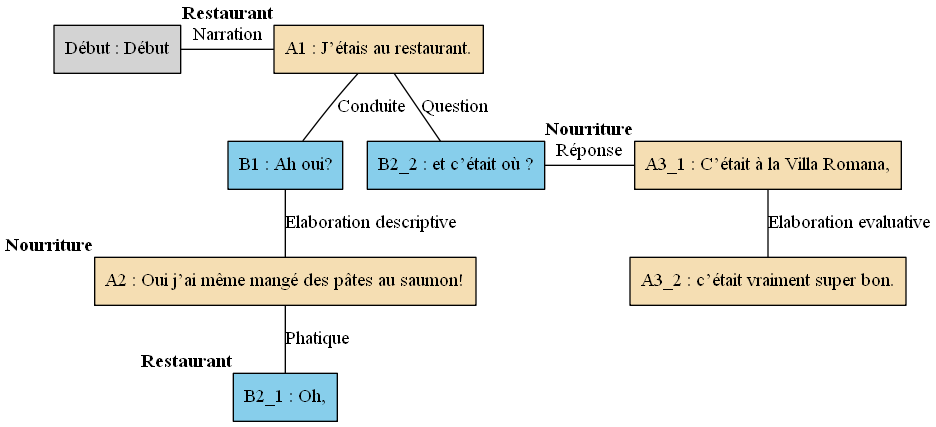
Above: arbres/Bac_a_sable/Bac_a_sable_-_A08.gv.png in AlaixComet/AnnotationSlamPTut (Graphviz), before the change. Its source is kept beside it as arbres/Bac_a_sable/Bac_a_sable_-_A08.gv.
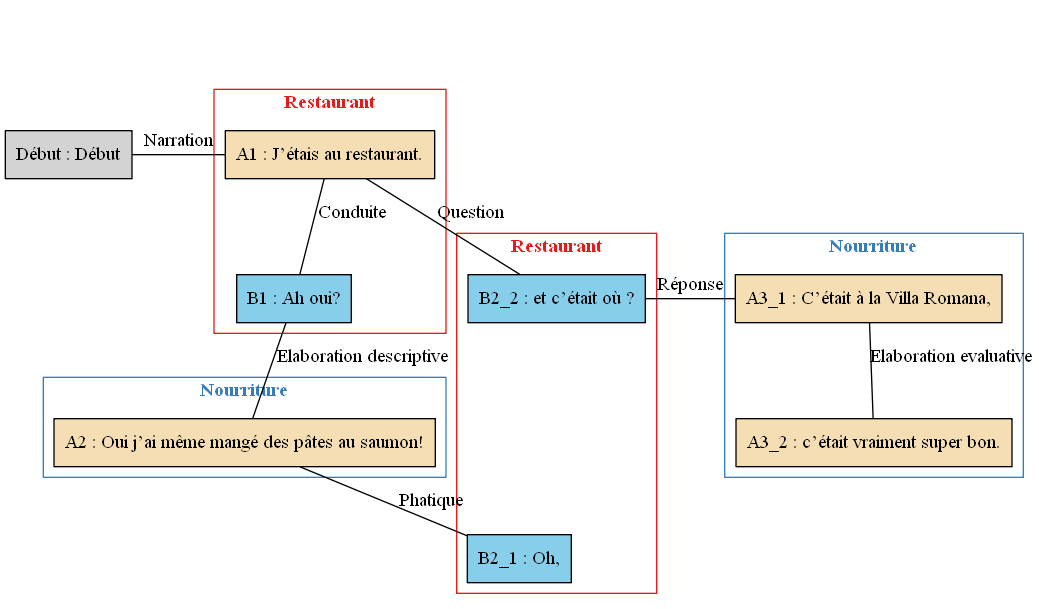
Above is the later version.

Change to the diagram source:
```diff
@@ -1,28 +1,54 @@
 digraph A08 {
 	node [shape=box style=filled]
-	"Début" [label="Début : Début" xlabel=""]
-	A1 [label="A1 : J’étais au restaurant." fillcolor=wheat xlabel=<<B>Restaurant</B>>]
-	B1 [label="B1 : Ah oui?" fillcolor=skyblue xlabel=""]
-	A2 [label="A2 : Oui j’ai même mangé des pâtes au saumon!" fillcolor=wheat xlabel=<<B>Nourriture</B>>]
-	B2_1 [label="B2_1 : Oh," fillcolor=skyblue xlabel=<<B>Restaurant</B>>]
-	B2_2 [label="B2_2 : et c’était où ?" fillcolor=skyblue xlabel=""]
-	A3_1 [label="A3_1 : C’était à la Villa Romana," fillcolor=wheat xlabel=<<B>Nourriture</B>>]
-	A3_2 [label="A3_2 : c’était vraiment super bon." fillcolor=wheat xlabel=""]
-	{
-		rank=same
-		"Début"
+	newrank=true
+	zero [style=invis]
+	"Début" [label="Début : Début"]
+	A1 [label="A1 : J’étais au restaurant." fillcolor=wheat]
+	B1 [label="B1 : Ah oui?" fillcolor=skyblue]
+	A2 [label="A2 : Oui j’ai même mangé des pâtes au saumon!" fillcolor=wheat]
+	B2_1 [label="B2_1 : Oh," fillcolor=skyblue]
+	B2_2 [label="B2_2 : et c’était où ?" fillcolor=skyblue]
+	A3_1 [label="A3_1 : C’était à la Villa Romana," fillcolor=wheat]
+	A3_2 [label="A3_2 : c’était vraiment super bon." fillcolor=wheat]
+	zero -> "Début" [label="" style=invis]
+	zero -> A1 [style=invis weight=1]
+	"Début" -> A1 [label=Narration constraint=false dir=none]
+	A1 -> B1 [label=Conduite dir=none weight=2]
+	B1 -> A2 [label="Elaboration descriptive" dir=none weight=2]
+	A1 -> B2_2 [label=Question dir=none weight=2]
+	A2 -> B2_1 [label=Phatique dir=none weight=2]
+	A1 -> A3_1 [style=invis weight=1]
+	B2_2 -> A3_1 [label="Réponse" constraint=false dir=none]
+	A3_1 -> A3_2 [label="Elaboration evaluative" dir=none weight=2]
+	subgraph cluster_1 {
+		label=<<B>Restaurant</B>>
+		colorscheme=set19
+		color=1
+		fontcolor=1
 		A1
-		"Début" -> A1 [label=Narration dir=none]
+		B1
 	}
-	A1 -> B1 [label=Conduite dir=none]
-	B1 -> A2 [label="Elaboration descriptive" dir=none]
-	A1 -> B2_2 [label=Question dir=none]
-	A2 -> B2_1 [label=Phatique dir=none]
-	{
-		rank=same
+	subgraph cluster_2 {
+		label=<<B>Nourriture</B>>
+		colorscheme=set19
+		color=2
+		fontcolor=2
+		A2
+	}
+	subgraph cluster_3 {
+		label=<<B>Restaurant</B>>
+		colorscheme=set19
+		color=1
+		fontcolor=1
+		B2_1
 		B2_2
+	}
+	subgraph cluster_4 {
+		label=<<B>Nourriture</B>>
+		colorscheme=set19
+		color=2
+		fontcolor=2
 		A3_1
-		B2_2 -> A3_1 [label="Réponse" dir=none]
+		A3_2
 	}
-	A3_1 -> A3_2 [label="Elaboration evaluative" dir=none]
 }
```
